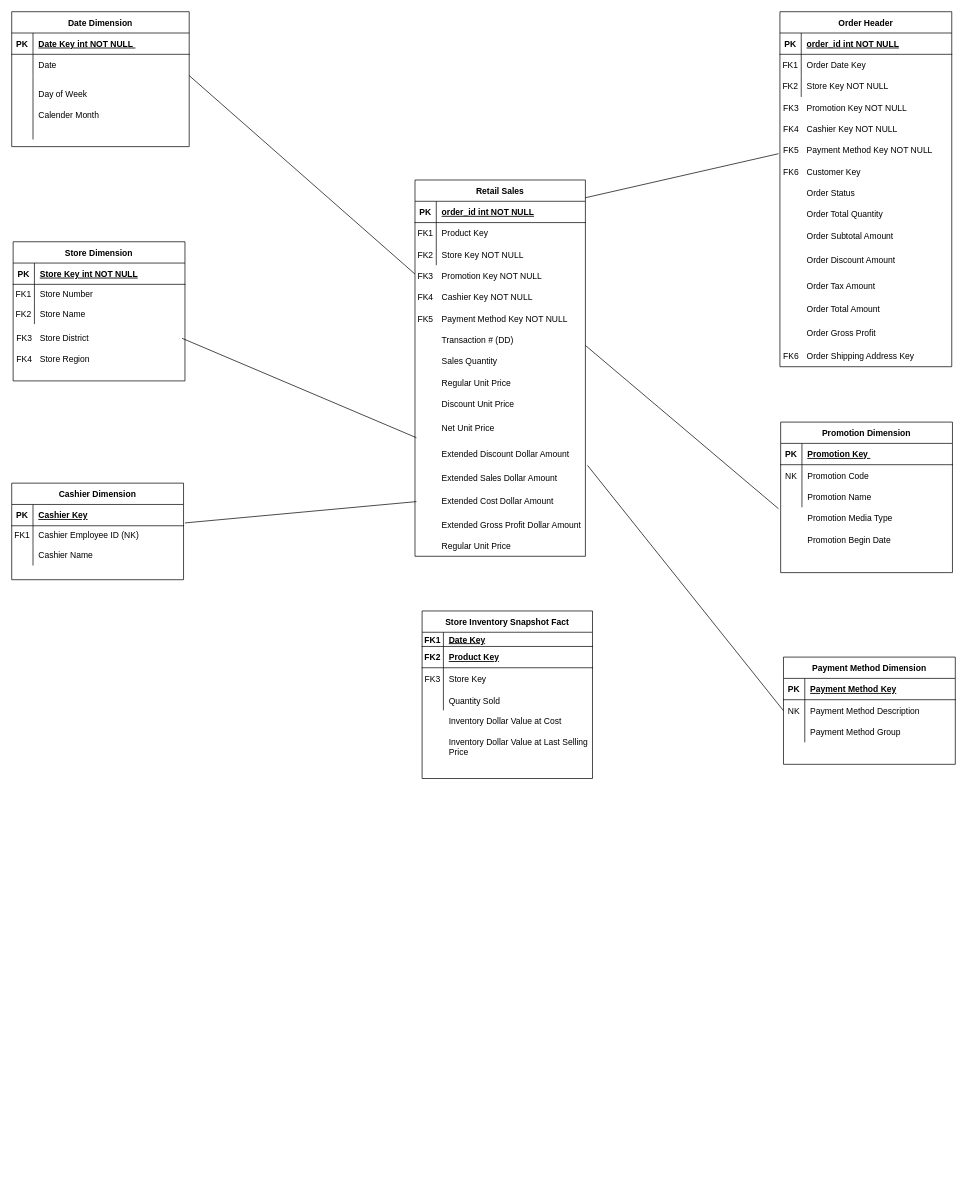
Earlier version of the draw.io diagram Untitled Diagram.drawio (mannny29/demo). Source tidied: cells renumbered, new cells numbered last; positions are measured from the earlier drawing's top-left corner, leaving out a move shared by most shapes. Both pictures are drawn from the tidied source at 71%, with x=0, y=0 at pixel (11, 11).
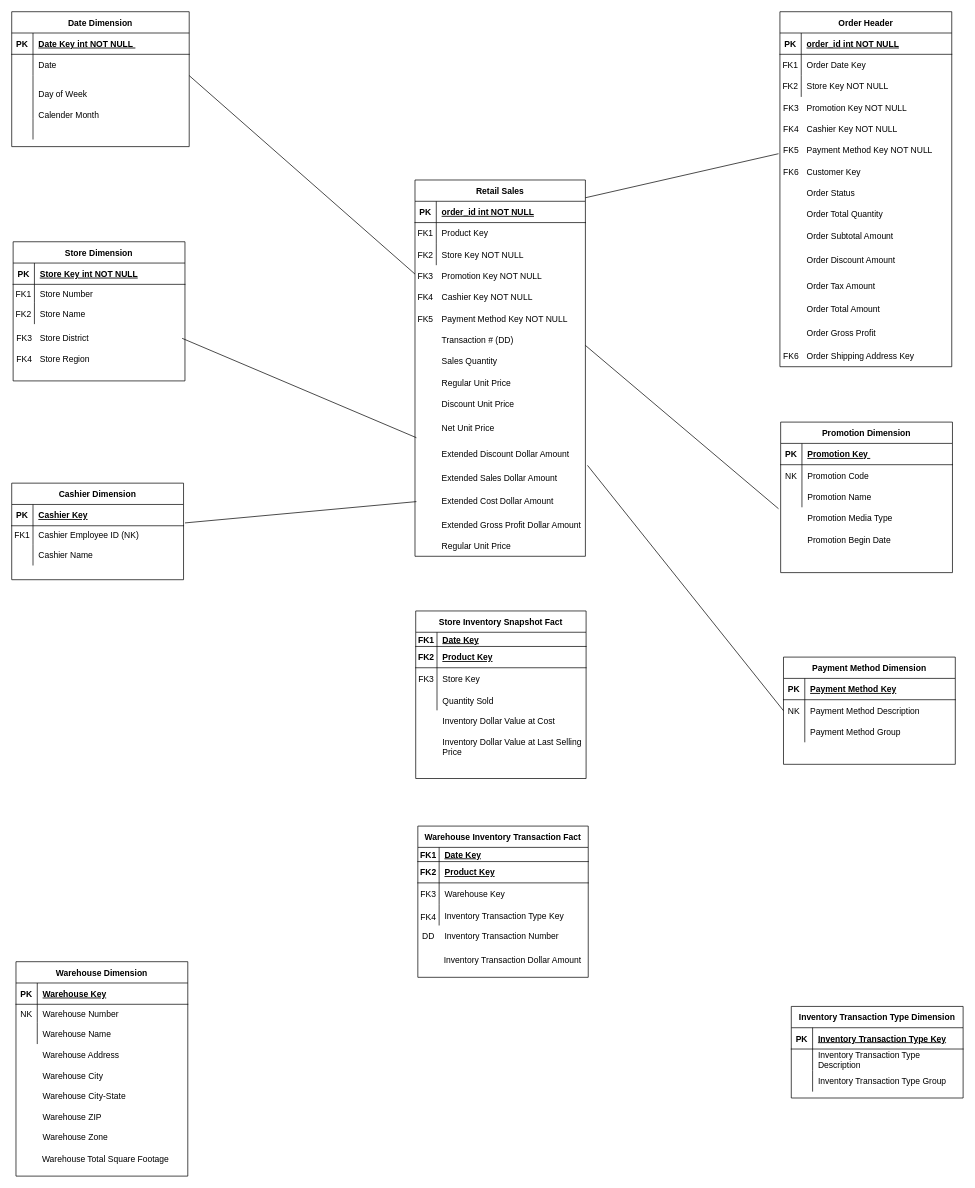
After the change.

What changed in the source:
```diff
@@
     <mxCell id="139" value="Store Inventory Snapshot Fact" style="shape=table;startSize=30;childLayout=tableLayout;rowLines=0;fontStyle=1;align=center;" parent="1" vertex="1">
-      <mxGeometry x="578" y="844" width="240" height="236" as="geometry" />
+      <mxGeometry x="569" y="844" width="240" height="236" as="geometry" />
     </mxCell>
@@
     <mxCell id="152" value="Quantity Sold" style="shape=partialRectangle;overflow=hidden;fillColor=none;top=0;left=0;bottom=0;right=0;align=left;spacingLeft=6;" parent="1" vertex="1">
-      <mxGeometry x="608" y="956" width="220" height="30" as="geometry" />
+      <mxGeometry x="599" y="956" width="220" height="30" as="geometry" />
     </mxCell>
     <mxCell id="153" style="shape=partialRectangle;overflow=hidden;fillColor=none;top=0;left=0;bottom=0;right=0;" parent="1" vertex="1">
-      <mxGeometry x="578" y="1054" width="30" height="30" as="geometry" />
+      <mxGeometry x="569" y="1054" width="30" height="30" as="geometry" />
     </mxCell>
@@
     <mxCell id="156" value="Inventory Dollar Value at Cost" style="shape=partialRectangle;overflow=hidden;fillColor=none;top=0;left=0;bottom=0;right=0;align=left;spacingLeft=6;" parent="1" vertex="1">
-      <mxGeometry x="608" y="984" width="220" height="30" as="geometry" />
+      <mxGeometry x="599" y="984" width="220" height="30" as="geometry" />
     </mxCell>
     <mxCell id="157" value="Inventory Dollar Value at Last Selling &#10;Price" style="shape=partialRectangle;overflow=hidden;fillColor=none;top=0;left=0;bottom=0;right=0;align=left;spacingLeft=6;" parent="1" vertex="1">
-      <mxGeometry x="608" y="1011" width="220" height="49" as="geometry" />
+      <mxGeometry x="599" y="1011" width="220" height="49" as="geometry" />
     </mxCell>
+    <mxCell id="158" value="Warehouse Inventory Transaction Fact" style="shape=table;startSize=30;childLayout=tableLayout;rowLines=0;fontStyle=1;align=center;" parent="1" vertex="1">
+      <mxGeometry x="572" y="1147" width="240" height="213" as="geometry" />
+    </mxCell>
+    <mxCell id="159" style="shape=partialRectangle;fillColor=none;top=0;left=0;right=0;bottom=1;" parent="158" vertex="1">
+      <mxGeometry y="30" width="240" height="20" as="geometry" />
+    </mxCell>
+    <mxCell id="160" value="FK1" style="shape=partialRectangle;overflow=hidden;fillColor=none;top=0;left=0;bottom=0;right=0;fontStyle=1;" parent="159" vertex="1">
+      <mxGeometry width="30" height="20" as="geometry" />
+    </mxCell>
+    <mxCell id="161" value="Date Key" style="shape=partialRectangle;overflow=hidden;fillColor=none;top=0;left=0;bottom=0;right=0;align=left;spacingLeft=6;fontStyle=5;" parent="159" vertex="1">
+      <mxGeometry x="30" width="210" height="20" as="geometry" />
+    </mxCell>
+    <mxCell id="162" style="shape=partialRectangle;fillColor=none;top=0;left=0;right=0;bottom=1;" parent="158" vertex="1">
+      <mxGeometry y="50" width="240" height="30" as="geometry" />
+    </mxCell>
+    <mxCell id="163" value="FK2" style="shape=partialRectangle;overflow=hidden;fillColor=none;top=0;left=0;bottom=0;right=0;fontStyle=1;" parent="162" vertex="1">
+      <mxGeometry width="30" height="30" as="geometry" />
+    </mxCell>
+    <mxCell id="164" value="Product Key" style="shape=partialRectangle;overflow=hidden;fillColor=none;top=0;left=0;bottom=0;right=0;align=left;spacingLeft=6;fontStyle=5;" parent="162" vertex="1">
+      <mxGeometry x="30" width="210" height="30" as="geometry" />
+    </mxCell>
+    <mxCell id="165" style="shape=partialRectangle;fillColor=none;top=0;left=0;right=0;bottom=0;" parent="158" vertex="1">
+      <mxGeometry y="80" width="240" height="30" as="geometry" />
+    </mxCell>
+    <mxCell id="166" value="FK3" style="shape=partialRectangle;overflow=hidden;fillColor=none;top=0;left=0;bottom=0;right=0;" parent="165" vertex="1">
+      <mxGeometry width="30" height="30" as="geometry" />
+    </mxCell>
+    <mxCell id="167" value="Warehouse Key" style="shape=partialRectangle;overflow=hidden;fillColor=none;top=0;left=0;bottom=0;right=0;align=left;spacingLeft=6;" parent="165" vertex="1">
+      <mxGeometry x="30" width="210" height="30" as="geometry" />
+    </mxCell>
+    <mxCell id="168" style="shape=partialRectangle;fillColor=none;top=0;left=0;right=0;bottom=0;" parent="158" vertex="1">
+      <mxGeometry y="110" width="240" height="30" as="geometry" />
+    </mxCell>
+    <mxCell id="169" style="shape=partialRectangle;overflow=hidden;fillColor=none;top=0;left=0;bottom=0;right=0;" parent="168" vertex="1">
+      <mxGeometry width="30" height="30" as="geometry" />
+    </mxCell>
+    <mxCell id="170" style="shape=partialRectangle;overflow=hidden;fillColor=none;top=0;left=0;bottom=0;right=0;align=left;spacingLeft=6;" parent="168" vertex="1">
+      <mxGeometry x="30" width="210" height="30" as="geometry" />
+    </mxCell>
+    <mxCell id="171" value="Inventory Transaction Type Key" style="shape=partialRectangle;overflow=hidden;fillColor=none;top=0;left=0;bottom=0;right=0;align=left;spacingLeft=6;" parent="1" vertex="1">
+      <mxGeometry x="602" y="1259" width="220" height="30" as="geometry" />
+    </mxCell>
+    <mxCell id="172" style="shape=partialRectangle;overflow=hidden;fillColor=none;top=0;left=0;bottom=0;right=0;" parent="1" vertex="1">
+      <mxGeometry x="572" y="1357" width="30" height="30" as="geometry" />
+    </mxCell>
+    <mxCell id="173" value="Inventory Transaction Number" style="shape=partialRectangle;overflow=hidden;fillColor=none;top=0;left=0;bottom=0;right=0;align=left;spacingLeft=6;" parent="1" vertex="1">
+      <mxGeometry x="602" y="1287" width="220" height="30" as="geometry" />
+    </mxCell>
+    <mxCell id="174" value="Inventory Transaction Dollar Amount" style="shape=partialRectangle;overflow=hidden;fillColor=none;top=0;left=0;bottom=0;right=0;align=left;spacingLeft=6;" parent="1" vertex="1">
+      <mxGeometry x="601" y="1311" width="220" height="49" as="geometry" />
+    </mxCell>
+    <mxCell id="175" value="FK4" style="shape=partialRectangle;overflow=hidden;fillColor=none;top=0;left=0;bottom=0;right=0;" parent="1" vertex="1">
+      <mxGeometry x="572" y="1260" width="30" height="30" as="geometry" />
+    </mxCell>
+    <mxCell id="176" value="DD" style="shape=partialRectangle;overflow=hidden;fillColor=none;top=0;left=0;bottom=0;right=0;" parent="1" vertex="1">
+      <mxGeometry x="572" y="1287" width="30" height="30" as="geometry" />
+    </mxCell>
+    <mxCell id="177" value="Inventory Transaction Type Dimension" style="shape=table;startSize=30;childLayout=tableLayout;rowLines=0;fontStyle=1;align=center;" parent="1" vertex="1">
+      <mxGeometry x="1098" y="1401" width="242" height="129" as="geometry" />
+    </mxCell>
+    <mxCell id="178" style="shape=partialRectangle;fillColor=none;top=0;left=0;right=0;bottom=1;" parent="177" vertex="1">
+      <mxGeometry y="30" width="242" height="30" as="geometry" />
+    </mxCell>
+    <mxCell id="179" value="PK" style="shape=partialRectangle;overflow=hidden;fillColor=none;top=0;left=0;bottom=0;right=0;fontStyle=1;" parent="178" vertex="1">
+      <mxGeometry width="30" height="30" as="geometry" />
+    </mxCell>
+    <mxCell id="180" value="Inventory Transaction Type Key" style="shape=partialRectangle;overflow=hidden;fillColor=none;top=0;left=0;bottom=0;right=0;align=left;spacingLeft=6;fontStyle=5;" parent="178" vertex="1">
+      <mxGeometry x="30" width="212" height="30" as="geometry" />
+    </mxCell>
+    <mxCell id="181" style="shape=partialRectangle;fillColor=none;top=0;left=0;right=0;bottom=0;" parent="177" vertex="1">
+      <mxGeometry y="60" width="242" height="30" as="geometry" />
+    </mxCell>
+    <mxCell id="182" style="shape=partialRectangle;overflow=hidden;fillColor=none;top=0;left=0;bottom=0;right=0;" parent="181" vertex="1">
+      <mxGeometry width="30" height="30" as="geometry" />
+    </mxCell>
+    <mxCell id="183" value="Inventory Transaction Type&#10;Description" style="shape=partialRectangle;overflow=hidden;fillColor=none;top=0;left=0;bottom=0;right=0;align=left;spacingLeft=6;" parent="181" vertex="1">
+      <mxGeometry x="30" width="212" height="30" as="geometry" />
+    </mxCell>
+    <mxCell id="184" style="shape=partialRectangle;fillColor=none;top=0;left=0;right=0;bottom=0;" parent="177" vertex="1">
+      <mxGeometry y="90" width="242" height="30" as="geometry" />
+    </mxCell>
+    <mxCell id="185" style="shape=partialRectangle;overflow=hidden;fillColor=none;top=0;left=0;bottom=0;right=0;" parent="184" vertex="1">
+      <mxGeometry width="30" height="30" as="geometry" />
+    </mxCell>
+    <mxCell id="186" value="Inventory Transaction Type Group" style="shape=partialRectangle;overflow=hidden;fillColor=none;top=0;left=0;bottom=0;right=0;align=left;spacingLeft=6;" parent="184" vertex="1">
+      <mxGeometry x="30" width="212" height="30" as="geometry" />
+    </mxCell>
+    <mxCell id="187" value="Warehouse Dimension" style="shape=table;startSize=30;childLayout=tableLayout;rowLines=0;fontStyle=1;align=center;" parent="1" vertex="1">
+      <mxGeometry x="6" y="1338" width="242" height="302" as="geometry" />
+    </mxCell>
+    <mxCell id="188" style="shape=partialRectangle;fillColor=none;top=0;left=0;right=0;bottom=1;" parent="187" vertex="1">
+      <mxGeometry y="30" width="242" height="30" as="geometry" />
+    </mxCell>
+    <mxCell id="189" value="PK" style="shape=partialRectangle;overflow=hidden;fillColor=none;top=0;left=0;bottom=0;right=0;fontStyle=1;" parent="188" vertex="1">
+      <mxGeometry width="30" height="30" as="geometry" />
+    </mxCell>
+    <mxCell id="190" value="Warehouse Key" style="shape=partialRectangle;overflow=hidden;fillColor=none;top=0;left=0;bottom=0;right=0;align=left;spacingLeft=6;fontStyle=5;" parent="188" vertex="1">
+      <mxGeometry x="30" width="212" height="30" as="geometry" />
+    </mxCell>
+    <mxCell id="191" style="shape=partialRectangle;fillColor=none;top=0;left=0;right=0;bottom=0;" parent="187" vertex="1">
+      <mxGeometry y="60" width="242" height="26" as="geometry" />
+    </mxCell>
+    <mxCell id="192" value="NK" style="shape=partialRectangle;overflow=hidden;fillColor=none;top=0;left=0;bottom=0;right=0;" parent="191" vertex="1">
+      <mxGeometry width="30" height="26" as="geometry" />
+    </mxCell>
+    <mxCell id="193" value="Warehouse Number " style="shape=partialRectangle;overflow=hidden;fillColor=none;top=0;left=0;bottom=0;right=0;align=left;spacingLeft=6;" parent="191" vertex="1">
+      <mxGeometry x="30" width="212" height="26" as="geometry" />
+    </mxCell>
+    <mxCell id="194" style="shape=partialRectangle;fillColor=none;top=0;left=0;right=0;bottom=0;" parent="187" vertex="1">
+      <mxGeometry y="86" width="242" height="30" as="geometry" />
+    </mxCell>
+    <mxCell id="195" style="shape=partialRectangle;overflow=hidden;fillColor=none;top=0;left=0;bottom=0;right=0;" parent="194" vertex="1">
+      <mxGeometry width="30" height="30" as="geometry" />
+    </mxCell>
+    <mxCell id="196" value="Warehouse Name" style="shape=partialRectangle;overflow=hidden;fillColor=none;top=0;left=0;bottom=0;right=0;align=left;spacingLeft=6;" parent="194" vertex="1">
+      <mxGeometry x="30" width="212" height="30" as="geometry" />
+    </mxCell>
+    <mxCell id="197" value="Warehouse Address" style="shape=partialRectangle;overflow=hidden;fillColor=none;top=0;left=0;bottom=0;right=0;align=left;spacingLeft=6;" parent="1" vertex="1">
+      <mxGeometry x="36" y="1454" width="222" height="30" as="geometry" />
+    </mxCell>
+    <mxCell id="198" value="Warehouse City" style="shape=partialRectangle;overflow=hidden;fillColor=none;top=0;left=0;bottom=0;right=0;align=left;spacingLeft=6;" parent="1" vertex="1">
+      <mxGeometry x="36" y="1484" width="222" height="30" as="geometry" />
+    </mxCell>
+    <mxCell id="199" value="Warehouse City-State" style="shape=partialRectangle;overflow=hidden;fillColor=none;top=0;left=0;bottom=0;right=0;align=left;spacingLeft=6;" parent="1" vertex="1">
+      <mxGeometry x="36" y="1512" width="222" height="30" as="geometry" />
+    </mxCell>
+    <mxCell id="200" value="Warehouse ZIP" style="shape=partialRectangle;overflow=hidden;fillColor=none;top=0;left=0;bottom=0;right=0;align=left;spacingLeft=6;" parent="1" vertex="1">
+      <mxGeometry x="36" y="1541" width="222" height="30" as="geometry" />
+    </mxCell>
+    <mxCell id="201" value="Warehouse Zone" style="shape=partialRectangle;overflow=hidden;fillColor=none;top=0;left=0;bottom=0;right=0;align=left;spacingLeft=6;" parent="1" vertex="1">
+      <mxGeometry x="36" y="1570" width="222" height="30" as="geometry" />
+    </mxCell>
+    <mxCell id="202" value="Warehouse Total Square Footage" style="shape=partialRectangle;overflow=hidden;fillColor=none;top=0;left=0;bottom=0;right=0;align=left;spacingLeft=6;" parent="1" vertex="1">
+      <mxGeometry x="35" y="1600" width="222" height="30" as="geometry" />
+    </mxCell>
```
